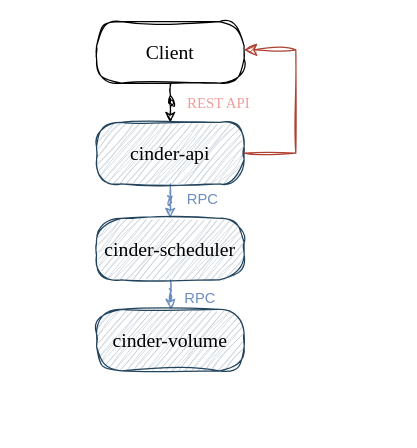
wen2ms/cinder_start keeps this draw.io diagram as doc/assets/create_volume.drawio. Above is the earlier version. Source tidied: cells renumbered, new cells numbered last; positions are measured from the earlier drawing's top-left corner, leaving out a move shared by most shapes. Both pictures are drawn from the tidied source at 123%, with x=0, y=0 at pixel (96, 21).
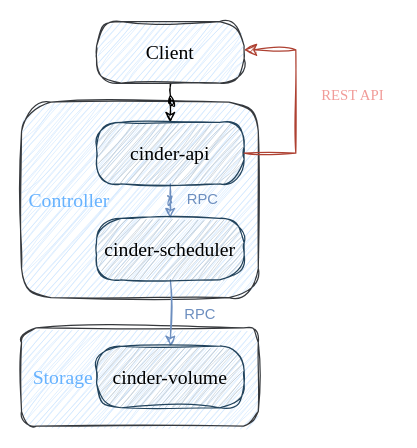
After the change.

Commit message (it also covers changes not shown here):
Feat: Attach and detach volume from a instance

The edit, as a diff of the source:
```diff
@@
 <mxGraphModel>
   <root>
     <mxCell id="0" />
     <mxCell id="1" parent="0" />
+    <mxCell id="13" style="rounded=1;whiteSpace=wrap;html=1;sketch=1;hachureGap=4;jiggle=2;curveFitting=1;fontFamily=Architects Daughter;fillColor=#cce5ff;strokeColor=#36393d;" parent="1" vertex="1">
+      <mxGeometry x="-61" y="249" width="192.5" height="80" as="geometry" />
+    </mxCell>
+    <mxCell id="14" style="rounded=1;whiteSpace=wrap;html=1;sketch=1;hachureGap=4;jiggle=2;curveFitting=1;fontFamily=Architects Daughter;fillColor=#cce5ff;strokeColor=#36393d;" parent="1" vertex="1">
+      <mxGeometry x="-61" y="65.5" width="192.5" height="159" as="geometry" />
+    </mxCell>
     <mxCell id="2" style="edgeStyle=orthogonalEdgeStyle;rounded=1;jettySize=auto;html=1;sketch=1;curveFitting=1;jiggle=2;" parent="1" edge="1" source="3" target="5">
       <mxGeometry relative="1" as="geometry" />
     </mxCell>
-    <mxCell id="3" value="&lt;font face=&quot;Times New Roman&quot;&gt;Client&lt;/font&gt;" style="rounded=1;whiteSpace=wrap;html=1;fontSize=16;arcSize=40;absoluteArcSize=0;sketch=1;curveFitting=1;jiggle=2;" parent="1" vertex="1">
+    <mxCell id="3" value="&lt;font face=&quot;Times New Roman&quot;&gt;Client&lt;/font&gt;" style="rounded=1;whiteSpace=wrap;html=1;fontSize=16;arcSize=40;absoluteArcSize=0;sketch=1;curveFitting=1;jiggle=2;fillColor=#cce5ff;strokeColor=#36393d;" parent="1" vertex="1">
       <mxGeometry width="120" height="50" as="geometry" />
     </mxCell>
     <mxCell id="4" style="edgeStyle=orthogonalEdgeStyle;rounded=1;jettySize=auto;html=1;fillColor=#dae8fc;strokeColor=#6c8ebf;sketch=1;curveFitting=1;jiggle=2;" parent="1" edge="1" source="5" target="7">
       <mxGeometry relative="1" as="geometry" />
     </mxCell>
     <mxCell id="5" value="&lt;font face=&quot;Times New Roman&quot;&gt;cinder-api&lt;/font&gt;" style="rounded=1;whiteSpace=wrap;html=1;fillColor=#bac8d3;strokeColor=#23445d;fontSize=16;arcSize=40;sketch=1;curveFitting=1;jiggle=2;" parent="1" vertex="1">
       <mxGeometry y="82" width="120" height="50" as="geometry" />
     </mxCell>
     <mxCell id="6" style="edgeStyle=orthogonalEdgeStyle;rounded=1;jettySize=auto;html=1;fillColor=#dae8fc;strokeColor=#6c8ebf;sketch=1;curveFitting=1;jiggle=2;" parent="1" edge="1" source="7" target="10">
       <mxGeometry relative="1" as="geometry" />
     </mxCell>
     <mxCell id="7" value="&lt;font face=&quot;Times New Roman&quot;&gt;cinder-scheduler&lt;/font&gt;" style="rounded=1;whiteSpace=wrap;html=1;fillColor=#bac8d3;strokeColor=#23445d;fontSize=16;arcSize=40;sketch=1;curveFitting=1;jiggle=2;" parent="1" vertex="1">
       <mxGeometry y="160" width="120" height="50" as="geometry" />
     </mxCell>
     <mxCell id="8" value="REST API" style="text;html=1;align=center;verticalAlign=middle;strokeColor=none;fillColor=none;fontFamily=Times New Roman;rounded=1;fontColor=#F19C99;sketch=1;curveFitting=1;jiggle=2;" parent="1" vertex="1">
-      <mxGeometry x="64" y="52" width="70" height="30" as="geometry" />
+      <mxGeometry x="173" y="45" width="70" height="30" as="geometry" />
     </mxCell>
     <mxCell id="9" value="RPC" style="text;html=1;align=center;verticalAlign=middle;strokeColor=none;fillColor=none;fontColor=#6C8EBF;rounded=1;sketch=1;curveFitting=1;jiggle=2;" parent="1" vertex="1">
       <mxGeometry x="61" y="130" width="50" height="30" as="geometry" />
     </mxCell>
     <mxCell id="10" value="&lt;font face=&quot;Times New Roman&quot;&gt;cinder-volume&lt;/font&gt;" style="rounded=1;whiteSpace=wrap;html=1;fillColor=#bac8d3;strokeColor=#23445d;fontSize=16;arcSize=40;sketch=1;curveFitting=1;jiggle=2;" parent="1" vertex="1">
-      <mxGeometry y="234" width="120" height="50" as="geometry" />
+      <mxGeometry y="264" width="120" height="50" as="geometry" />
     </mxCell>
     <mxCell id="11" value="RPC" style="text;html=1;align=center;verticalAlign=middle;strokeColor=none;fillColor=none;fontColor=#6C8EBF;rounded=1;sketch=1;curveFitting=1;jiggle=2;" parent="1" vertex="1">
-      <mxGeometry x="59" y="210" width="50" height="30" as="geometry" />
+      <mxGeometry x="59" y="223" width="50" height="30" as="geometry" />
     </mxCell>
     <mxCell id="12" style="edgeStyle=segmentEdgeStyle;endArrow=classic;html=1;curved=0;rounded=0;endSize=8;startSize=8;hachureGap=4;fontFamily=Architects Daughter;arcSize=40;fillColor=#fad9d5;strokeColor=#ae4132;exitX=1;exitY=0.5;exitDx=0;exitDy=0;sketch=1;curveFitting=1;jiggle=2;" parent="1" edge="1" source="5" target="3">
       <mxGeometry relative="1" as="geometry">
         <Array as="points">
           <mxPoint x="162" y="107" />
           <mxPoint x="162" y="23" />
         </Array>
       </mxGeometry>
     </mxCell>
+    <mxCell id="15" value="Controller" style="text;html=1;align=center;verticalAlign=middle;whiteSpace=wrap;rounded=0;fontFamily=Times New Roman;fontSize=16;fontColor=#66B2FF;" parent="1" vertex="1">
+      <mxGeometry x="-52" y="130" width="60" height="30" as="geometry" />
+    </mxCell>
+    <mxCell id="16" value="Storage" style="text;html=1;align=center;verticalAlign=middle;whiteSpace=wrap;rounded=0;fontFamily=Times New Roman;fontSize=16;fontColor=#66B2FF;" parent="1" vertex="1">
+      <mxGeometry x="-57" y="274" width="60" height="30" as="geometry" />
+    </mxCell>
   </root>
 </mxGraphModel>
```
